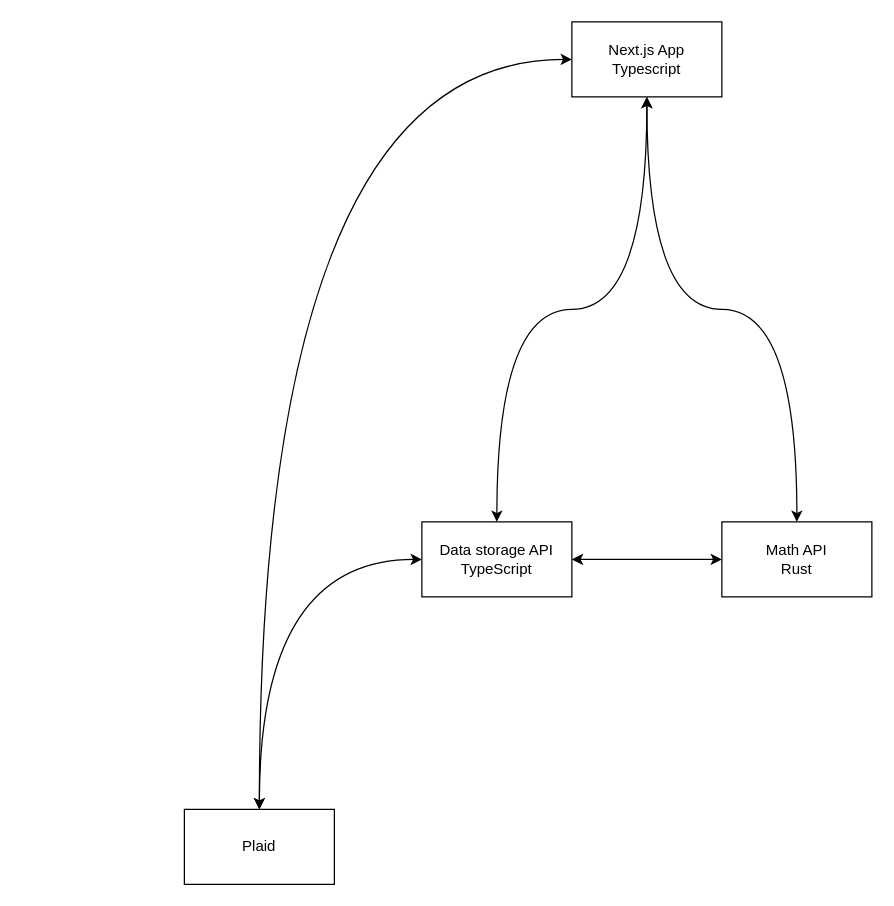
Before: Architecture.drawio in ryanoillataguerre/nonprofits-medium, a draw.io diagram. Source tidied: cells renumbered, new cells numbered last; positions are measured from the earlier drawing's top-left corner, leaving out a move shared by most shapes. Both pictures are drawn from the tidied source at 125%, with x=0, y=0 at pixel (184, 21).
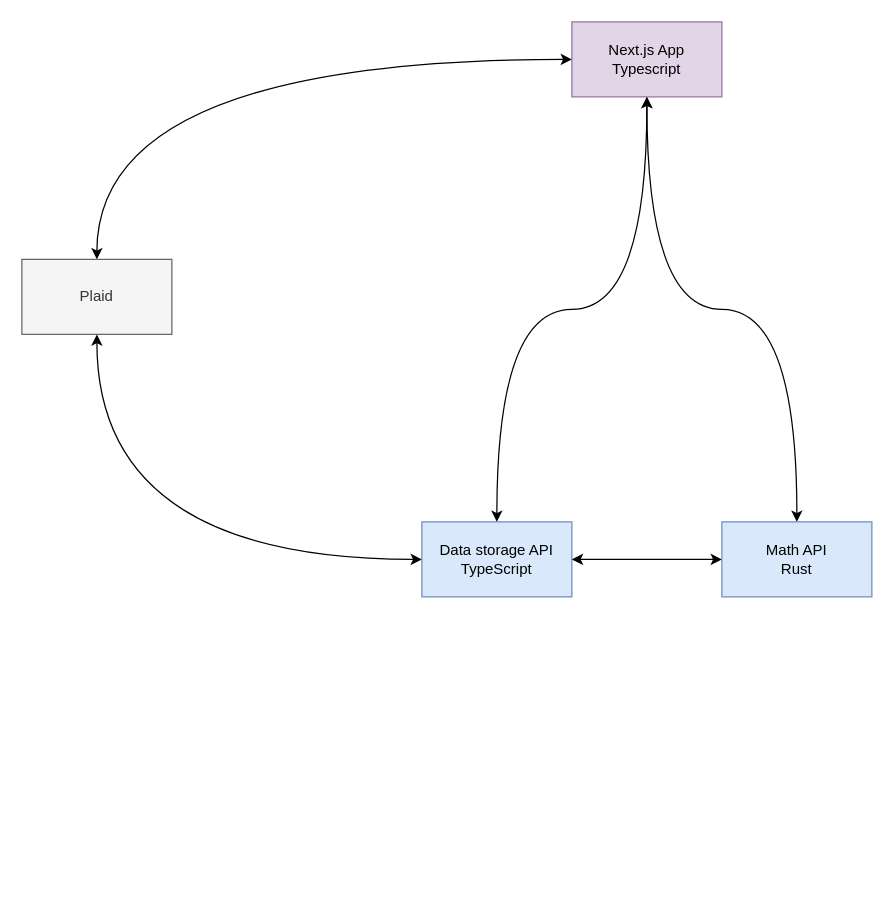
After the change.

Change to the diagram source:
```diff
@@
 <mxGraphModel>
   <root>
     <mxCell id="0" />
     <mxCell id="1" parent="0" />
-    <mxCell id="2" value="Next.js App&lt;br&gt;Typescript" style="rounded=0;whiteSpace=wrap;html=1;" parent="1" vertex="1">
+    <mxCell id="2" value="Next.js App&lt;br&gt;Typescript" style="rounded=0;whiteSpace=wrap;html=1;fillColor=#e1d5e7;strokeColor=#9673a6;" parent="1" vertex="1">
       <mxGeometry x="310" width="120" height="60" as="geometry" />
     </mxCell>
-    <mxCell id="3" value="Data storage API&lt;br&gt;TypeScript" style="rounded=0;whiteSpace=wrap;html=1;" parent="1" vertex="1">
+    <mxCell id="3" value="Data storage API&lt;br&gt;TypeScript" style="rounded=0;whiteSpace=wrap;html=1;fillColor=#dae8fc;strokeColor=#6c8ebf;" parent="1" vertex="1">
       <mxGeometry x="190" y="400" width="120" height="60" as="geometry" />
     </mxCell>
-    <mxCell id="4" value="Math API&lt;br&gt;Rust" style="rounded=0;whiteSpace=wrap;html=1;" parent="1" vertex="1">
+    <mxCell id="4" value="Math API&lt;br&gt;Rust" style="rounded=0;whiteSpace=wrap;html=1;fillColor=#dae8fc;strokeColor=#6c8ebf;" parent="1" vertex="1">
       <mxGeometry x="430" y="400" width="120" height="60" as="geometry" />
     </mxCell>
     <mxCell id="5" style="endArrow=classic;startArrow=classic;html=1;exitX=1;exitY=0.5;exitDx=0;exitDy=0;entryX=0;entryY=0.5;entryDx=0;entryDy=0;" parent="1" edge="1" source="3" target="4">
       <mxGeometry relative="1" as="geometry" />
     </mxCell>
     <mxCell id="6" style="endArrow=classic;startArrow=classic;html=1;exitX=0.5;exitY=1;exitDx=0;exitDy=0;entryX=0.5;entryY=0;entryDx=0;entryDy=0;edgeStyle=orthogonalEdgeStyle;curved=1;" parent="1" edge="1" source="2" target="4">
       <mxGeometry relative="1" as="geometry" />
     </mxCell>
     <mxCell id="7" style="endArrow=classic;startArrow=classic;html=1;exitX=0.5;exitY=1;exitDx=0;exitDy=0;entryX=0.5;entryY=0;entryDx=0;entryDy=0;edgeStyle=orthogonalEdgeStyle;curved=1;" parent="1" edge="1" source="2" target="3">
       <mxGeometry relative="1" as="geometry" />
     </mxCell>
-    <mxCell id="8" value="Plaid" style="rounded=0;whiteSpace=wrap;html=1;" parent="1" vertex="1">
-      <mxGeometry y="630" width="120" height="60" as="geometry" />
+    <mxCell id="8" value="Plaid" style="rounded=0;whiteSpace=wrap;html=1;fillColor=#f5f5f5;strokeColor=#666666;fontColor=#333333;" parent="1" vertex="1">
+      <mxGeometry x="-130" y="190" width="120" height="60" as="geometry" />
     </mxCell>
-    <mxCell id="9" style="endArrow=classic;startArrow=classic;html=1;exitX=0;exitY=0.5;exitDx=0;exitDy=0;entryX=0.5;entryY=0;entryDx=0;entryDy=0;edgeStyle=orthogonalEdgeStyle;curved=1;" parent="1" edge="1" source="3" target="8">
+    <mxCell id="9" style="endArrow=classic;startArrow=classic;html=1;exitX=0;exitY=0.5;exitDx=0;exitDy=0;entryX=0.5;entryY=1;entryDx=0;entryDy=0;edgeStyle=orthogonalEdgeStyle;curved=1;" parent="1" edge="1" source="3" target="8">
       <mxGeometry relative="1" as="geometry" />
     </mxCell>
     <mxCell id="10" style="endArrow=classic;startArrow=classic;html=1;exitX=0;exitY=0.5;exitDx=0;exitDy=0;entryX=0.5;entryY=0;entryDx=0;entryDy=0;edgeStyle=orthogonalEdgeStyle;curved=1;" parent="1" edge="1" source="2" target="8">
       <mxGeometry relative="1" as="geometry" />
     </mxCell>
   </root>
 </mxGraphModel>
```
